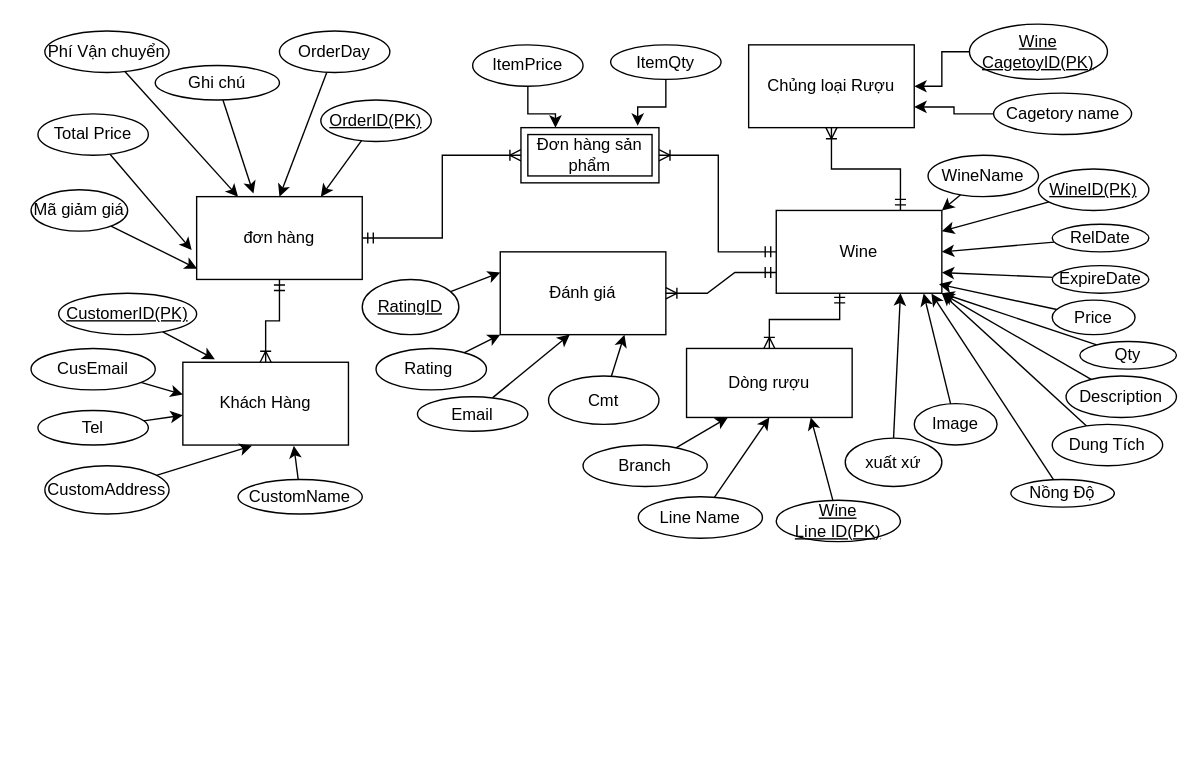
This is Untitled Diagram.drawio from NCanhhieu/T2207E-Diagram, a draw.io file, before an edit. Source tidied: cells renumbered, new cells numbered last; positions are measured from the earlier drawing's top-left corner, leaving out a move shared by most shapes. Both pictures are drawn from the tidied source at 138%, with x=0, y=0 at pixel (30, 23).
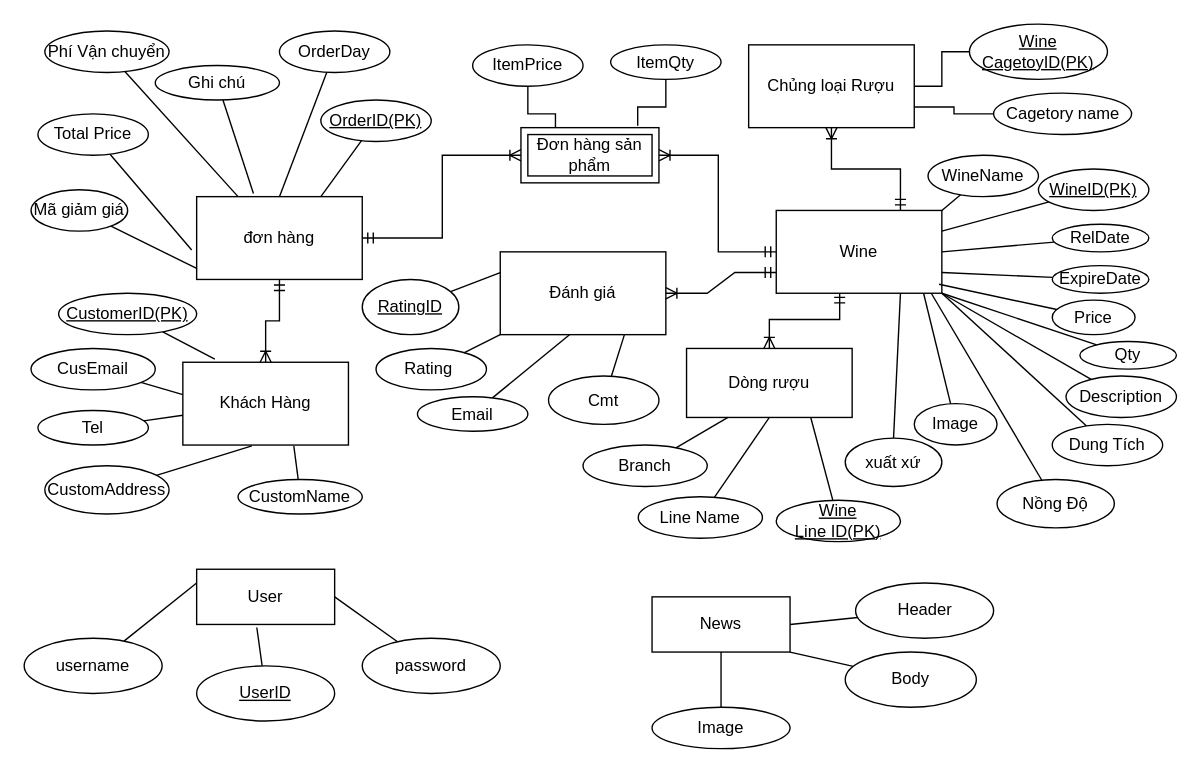
After the change.

Unchanged cells that the change refers to:
```xml
<mxCell id="7" value="đơn hàng" style="rounded=0;whiteSpace=wrap;html=1;" parent="1" vertex="1">
<mxCell id="8" value="Khách Hàng" style="rounded=0;whiteSpace=wrap;html=1;" parent="1" vertex="1">
<mxCell id="9" value="Dòng rượu" style="rounded=0;whiteSpace=wrap;html=1;" parent="1" vertex="1">
<mxCell id="10" value="Chủng loại Rượu" style="rounded=0;whiteSpace=wrap;html=1;" parent="1" vertex="1">
<mxCell id="11" value="Wine" style="rounded=0;whiteSpace=wrap;html=1;" parent="1" vertex="1">
<mxCell id="12" value="Đánh giá" style="rounded=0;whiteSpace=wrap;html=1;" parent="1" vertex="1">
<mxCell id="13" value="Đơn hàng sản phẩm" style="shape=ext;margin=3;double=1;whiteSpace=wrap;html=1;align=center;" parent="1" vertex="1">
<mxCell id="15" value="WineName" style="ellipse;whiteSpace=wrap;html=1;align=center;" parent="1" vertex="1">
<mxCell id="17" value="WineID(PK)" style="ellipse;whiteSpace=wrap;html=1;align=center;fontStyle=4;" parent="1" vertex="1">
<mxCell id="19" value="RelDate" style="ellipse;whiteSpace=wrap;html=1;align=center;" parent="1" vertex="1">
<mxCell id="21" value="ExpireDate" style="ellipse;whiteSpace=wrap;html=1;align=center;" parent="1" vertex="1">
<mxCell id="23" value="Price" style="ellipse;whiteSpace=wrap;html=1;align=center;" parent="1" vertex="1">
<mxCell id="25" value="Qty" style="ellipse;whiteSpace=wrap;html=1;align=center;" parent="1" vertex="1">
<mxCell id="27" value="ItemQty" style="ellipse;whiteSpace=wrap;html=1;align=center;" parent="1" vertex="1">
<mxCell id="29" value="Branch" style="ellipse;whiteSpace=wrap;html=1;align=center;" parent="1" vertex="1">
<mxCell id="31" value="ItemPrice" style="ellipse;whiteSpace=wrap;html=1;align=center;" parent="1" vertex="1">
<mxCell id="33" value="Description" style="ellipse;whiteSpace=wrap;html=1;align=center;" parent="1" vertex="1">
<mxCell id="35" value="CustomAddress" style="ellipse;whiteSpace=wrap;html=1;align=center;" parent="1" vertex="1">
<mxCell id="37" value="Line Name" style="ellipse;whiteSpace=wrap;html=1;align=center;" parent="1" vertex="1">
<mxCell id="39" value="Total Price" style="ellipse;whiteSpace=wrap;html=1;align=center;" parent="1" vertex="1">
<mxCell id="41" value="OrderDay" style="ellipse;whiteSpace=wrap;html=1;align=center;" parent="1" vertex="1">
<mxCell id="43" value="Wine&lt;br style=&quot;border-color: var(--border-color);&quot;&gt;Line ID(PK)" style="ellipse;whiteSpace=wrap;html=1;align=center;fontStyle=4;" parent="1" vertex="1">
<mxCell id="45" value="OrderID(PK)" style="ellipse;whiteSpace=wrap;html=1;align=center;fontStyle=4;" parent="1" vertex="1">
<mxCell id="47" value="CustomName" style="ellipse;whiteSpace=wrap;html=1;align=center;" parent="1" vertex="1">
<mxCell id="49" value="Tel" style="ellipse;whiteSpace=wrap;html=1;align=center;" parent="1" vertex="1">
<mxCell id="51" value="CustomerID(PK)" style="ellipse;whiteSpace=wrap;html=1;align=center;fontStyle=4;" parent="1" vertex="1">
<mxCell id="53" value="CusEmail" style="ellipse;whiteSpace=wrap;html=1;align=center;" parent="1" vertex="1">
<mxCell id="55" value="Cagetory name" style="ellipse;whiteSpace=wrap;html=1;align=center;" parent="1" vertex="1">
<mxCell id="57" value="Wine&lt;br style=&quot;border-color: var(--border-color);&quot;&gt;CagetoyID(PK)" style="ellipse;whiteSpace=wrap;html=1;align=center;fontStyle=4;" parent="1" vertex="1">
<mxCell id="59" value="Dung Tích" style="ellipse;whiteSpace=wrap;html=1;align=center;" parent="1" vertex="1">
<mxCell id="65" value="Rating&amp;nbsp;" style="ellipse;whiteSpace=wrap;html=1;align=center;" parent="1" vertex="1">
<mxCell id="67" value="Email" style="ellipse;whiteSpace=wrap;html=1;align=center;" parent="1" vertex="1">
<mxCell id="69" value="Cmt" style="ellipse;whiteSpace=wrap;html=1;align=center;" parent="1" vertex="1">
<mxCell id="71" value="RatingID" style="ellipse;whiteSpace=wrap;html=1;align=center;fontStyle=4;" parent="1" vertex="1">
<mxCell id="74" value="xuất xứ" style="ellipse;whiteSpace=wrap;html=1;align=center;" parent="1" vertex="1">
<mxCell id="76" value="Mã giảm giá" style="ellipse;whiteSpace=wrap;html=1;align=center;" parent="1" vertex="1">
<mxCell id="78" value="Phí Vận chuyển" style="ellipse;whiteSpace=wrap;html=1;align=center;" parent="1" vertex="1">
<mxCell id="80" value="Ghi chú" style="ellipse;whiteSpace=wrap;html=1;align=center;" parent="1" vertex="1">
<mxCell id="83" value="Image" style="ellipse;whiteSpace=wrap;html=1;align=center;" parent="1" vertex="1">
```

What changed in the source:
```diff
@@
-    <mxCell id="14" style="rounded=0;jettySize=auto;html=1;entryX=1;entryY=0;entryDx=0;entryDy=0;" parent="1" edge="1" source="15" target="11">
+    <mxCell id="14" style="rounded=0;jettySize=auto;html=1;entryX=1;entryY=0;entryDx=0;entryDy=0;endArrow=none;endFill=0;" parent="1" edge="1" source="15" target="11">
       <mxGeometry relative="1" as="geometry" />
     </mxCell>
@@
-    <mxCell id="16" style="rounded=0;jettySize=auto;html=1;entryX=1;entryY=0.25;entryDx=0;entryDy=0;" parent="1" edge="1" source="17" target="11">
+    <mxCell id="16" style="rounded=0;jettySize=auto;html=1;entryX=1;entryY=0.25;entryDx=0;entryDy=0;endArrow=none;endFill=0;" parent="1" edge="1" source="17" target="11">
       <mxGeometry relative="1" as="geometry" />
     </mxCell>
@@
-    <mxCell id="18" style="rounded=0;jettySize=auto;html=1;entryX=1;entryY=0.5;entryDx=0;entryDy=0;" parent="1" edge="1" source="19" target="11">
+    <mxCell id="18" style="rounded=0;jettySize=auto;html=1;entryX=1;entryY=0.5;entryDx=0;entryDy=0;endArrow=none;endFill=0;" parent="1" edge="1" source="19" target="11">
       <mxGeometry relative="1" as="geometry" />
     </mxCell>
@@
-    <mxCell id="20" style="rounded=0;jettySize=auto;html=1;entryX=1;entryY=0.75;entryDx=0;entryDy=0;" parent="1" edge="1" source="21" target="11">
+    <mxCell id="20" style="rounded=0;jettySize=auto;html=1;entryX=1;entryY=0.75;entryDx=0;entryDy=0;endArrow=none;endFill=0;" parent="1" edge="1" source="21" target="11">
       <mxGeometry relative="1" as="geometry" />
     </mxCell>
@@
-    <mxCell id="22" style="rounded=0;jettySize=auto;html=1;entryX=0.983;entryY=0.891;entryDx=0;entryDy=0;entryPerimeter=0;" parent="1" edge="1" source="23" target="11">
+    <mxCell id="22" style="rounded=0;jettySize=auto;html=1;entryX=0.983;entryY=0.891;entryDx=0;entryDy=0;entryPerimeter=0;endArrow=none;endFill=0;" parent="1" edge="1" source="23" target="11">
       <mxGeometry relative="1" as="geometry" />
     </mxCell>
@@
-    <mxCell id="24" style="rounded=0;jettySize=auto;html=1;entryX=1;entryY=1;entryDx=0;entryDy=0;" parent="1" edge="1" source="25" target="11">
+    <mxCell id="24" style="rounded=0;jettySize=auto;html=1;entryX=1;entryY=1;entryDx=0;entryDy=0;endArrow=none;endFill=0;" parent="1" edge="1" source="25" target="11">
       <mxGeometry relative="1" as="geometry" />
     </mxCell>
@@
-    <mxCell id="26" style="edgeStyle=orthogonalEdgeStyle;rounded=0;jettySize=auto;html=1;entryX=0.846;entryY=-0.033;entryDx=0;entryDy=0;entryPerimeter=0;" parent="1" edge="1" source="27" target="13">
+    <mxCell id="26" style="edgeStyle=orthogonalEdgeStyle;rounded=0;jettySize=auto;html=1;entryX=0.846;entryY=-0.033;entryDx=0;entryDy=0;entryPerimeter=0;endArrow=none;endFill=0;" parent="1" edge="1" source="27" target="13">
       <mxGeometry relative="1" as="geometry" />
     </mxCell>
@@
-    <mxCell id="28" style="rounded=0;jettySize=auto;html=1;entryX=0.25;entryY=1;entryDx=0;entryDy=0;" parent="1" edge="1" source="29" target="9">
+    <mxCell id="28" style="rounded=0;jettySize=auto;html=1;entryX=0.25;entryY=1;entryDx=0;entryDy=0;endArrow=none;endFill=0;" parent="1" edge="1" source="29" target="9">
       <mxGeometry relative="1" as="geometry" />
     </mxCell>
@@
-    <mxCell id="30" style="edgeStyle=orthogonalEdgeStyle;rounded=0;jettySize=auto;html=1;entryX=0.25;entryY=0;entryDx=0;entryDy=0;" parent="1" edge="1" source="31" target="13">
+    <mxCell id="30" style="edgeStyle=orthogonalEdgeStyle;rounded=0;jettySize=auto;html=1;entryX=0.25;entryY=0;entryDx=0;entryDy=0;endArrow=none;endFill=0;" parent="1" edge="1" source="31" target="13">
       <mxGeometry relative="1" as="geometry" />
     </mxCell>
@@
-    <mxCell id="32" style="rounded=0;jettySize=auto;html=1;entryX=1;entryY=1;entryDx=0;entryDy=0;" parent="1" edge="1" source="33" target="11">
+    <mxCell id="32" style="rounded=0;jettySize=auto;html=1;entryX=1;entryY=1;entryDx=0;entryDy=0;endArrow=none;endFill=0;" parent="1" edge="1" source="33" target="11">
       <mxGeometry relative="1" as="geometry" />
     </mxCell>
@@
-    <mxCell id="34" style="rounded=0;jettySize=auto;html=1;entryX=0.417;entryY=1.009;entryDx=0;entryDy=0;entryPerimeter=0;" parent="1" edge="1" source="35" target="8">
+    <mxCell id="34" style="rounded=0;jettySize=auto;html=1;entryX=0.417;entryY=1.009;entryDx=0;entryDy=0;entryPerimeter=0;endArrow=none;endFill=0;" parent="1" edge="1" source="35" target="8">
       <mxGeometry relative="1" as="geometry" />
     </mxCell>
@@
-    <mxCell id="36" style="rounded=0;jettySize=auto;html=1;entryX=0.5;entryY=1;entryDx=0;entryDy=0;" parent="1" edge="1" source="37" target="9">
+    <mxCell id="36" style="rounded=0;jettySize=auto;html=1;entryX=0.5;entryY=1;entryDx=0;entryDy=0;endArrow=none;endFill=0;" parent="1" edge="1" source="37" target="9">
       <mxGeometry relative="1" as="geometry" />
     </mxCell>
@@
-    <mxCell id="38" style="rounded=0;jettySize=auto;html=1;entryX=-0.03;entryY=0.645;entryDx=0;entryDy=0;entryPerimeter=0;" parent="1" edge="1" source="39" target="7">
+    <mxCell id="38" style="rounded=0;jettySize=auto;html=1;entryX=-0.03;entryY=0.645;entryDx=0;entryDy=0;entryPerimeter=0;endArrow=none;endFill=0;" parent="1" edge="1" source="39" target="7">
       <mxGeometry relative="1" as="geometry" />
     </mxCell>
@@
-    <mxCell id="40" style="rounded=0;jettySize=auto;html=1;entryX=0.5;entryY=0;entryDx=0;entryDy=0;" parent="1" edge="1" source="41" target="7">
+    <mxCell id="40" style="rounded=0;jettySize=auto;html=1;entryX=0.5;entryY=0;entryDx=0;entryDy=0;endArrow=none;endFill=0;" parent="1" edge="1" source="41" target="7">
       <mxGeometry relative="1" as="geometry" />
     </mxCell>
@@
-    <mxCell id="42" style="rounded=0;jettySize=auto;html=1;entryX=0.75;entryY=1;entryDx=0;entryDy=0;" parent="1" edge="1" source="43" target="9">
+    <mxCell id="42" style="rounded=0;jettySize=auto;html=1;entryX=0.75;entryY=1;entryDx=0;entryDy=0;endArrow=none;endFill=0;" parent="1" edge="1" source="43" target="9">
       <mxGeometry relative="1" as="geometry" />
     </mxCell>
@@
-    <mxCell id="44" style="rounded=0;jettySize=auto;html=1;entryX=0.75;entryY=0;entryDx=0;entryDy=0;" parent="1" edge="1" source="45" target="7">
+    <mxCell id="44" style="rounded=0;jettySize=auto;html=1;entryX=0.75;entryY=0;entryDx=0;entryDy=0;endArrow=none;endFill=0;" parent="1" edge="1" source="45" target="7">
       <mxGeometry relative="1" as="geometry" />
     </mxCell>
@@
-    <mxCell id="46" style="rounded=0;jettySize=auto;html=1;entryX=0.67;entryY=1.009;entryDx=0;entryDy=0;entryPerimeter=0;" parent="1" edge="1" source="47" target="8">
+    <mxCell id="46" style="rounded=0;jettySize=auto;html=1;entryX=0.67;entryY=1.009;entryDx=0;entryDy=0;entryPerimeter=0;endArrow=none;endFill=0;" parent="1" edge="1" source="47" target="8">
       <mxGeometry relative="1" as="geometry" />
     </mxCell>
@@
-    <mxCell id="48" style="rounded=0;jettySize=auto;html=1;" parent="1" edge="1" source="49" target="8">
+    <mxCell id="48" style="rounded=0;jettySize=auto;html=1;endArrow=none;endFill=0;" parent="1" edge="1" source="49" target="8">
       <mxGeometry relative="1" as="geometry" />
     </mxCell>
@@
-    <mxCell id="50" style="rounded=0;jettySize=auto;html=1;entryX=0.193;entryY=-0.037;entryDx=0;entryDy=0;entryPerimeter=0;elbow=vertical;" parent="1" edge="1" source="51" target="8">
+    <mxCell id="50" style="rounded=0;jettySize=auto;html=1;entryX=0.193;entryY=-0.037;entryDx=0;entryDy=0;entryPerimeter=0;elbow=vertical;endArrow=none;endFill=0;" parent="1" edge="1" source="51" target="8">
       <mxGeometry relative="1" as="geometry" />
     </mxCell>
@@
-    <mxCell id="52" style="rounded=0;jettySize=auto;html=1;entryX=0;entryY=0.39;entryDx=0;entryDy=0;entryPerimeter=0;" parent="1" edge="1" source="53" target="8">
+    <mxCell id="52" style="rounded=0;jettySize=auto;html=1;entryX=0;entryY=0.39;entryDx=0;entryDy=0;entryPerimeter=0;endArrow=none;endFill=0;" parent="1" edge="1" source="53" target="8">
       <mxGeometry relative="1" as="geometry" />
     </mxCell>
@@
-    <mxCell id="54" style="edgeStyle=orthogonalEdgeStyle;rounded=0;jettySize=auto;html=1;entryX=1;entryY=0.75;entryDx=0;entryDy=0;" parent="1" edge="1" source="55" target="10">
+    <mxCell id="54" style="edgeStyle=orthogonalEdgeStyle;rounded=0;jettySize=auto;html=1;entryX=1;entryY=0.75;entryDx=0;entryDy=0;endArrow=none;endFill=0;" parent="1" edge="1" source="55" target="10">
       <mxGeometry relative="1" as="geometry" />
     </mxCell>
@@
-    <mxCell id="56" style="edgeStyle=orthogonalEdgeStyle;rounded=0;jettySize=auto;html=1;entryX=1;entryY=0.5;entryDx=0;entryDy=0;" parent="1" edge="1" source="57" target="10">
-      <mxGeometry relative="1" as="geometry" />
+    <mxCell id="56" style="edgeStyle=orthogonalEdgeStyle;rounded=0;jettySize=auto;html=1;entryX=1;entryY=0.5;entryDx=0;entryDy=0;endArrow=none;endFill=0;" parent="1" edge="1" source="57" target="10">
+      <mxGeometry relative="1" as="geometry">
+        <Array as="points">
+          <mxPoint x="660" y="20" />
+          <mxPoint x="660" y="45" />
+        </Array>
+      </mxGeometry>
     </mxCell>
@@
-    <mxCell id="58" style="rounded=0;jettySize=auto;html=1;entryX=1;entryY=1;entryDx=0;entryDy=0;" parent="1" edge="1" source="59" target="11">
+    <mxCell id="58" style="rounded=0;jettySize=auto;html=1;entryX=1;entryY=1;entryDx=0;entryDy=0;endArrow=none;endFill=0;" parent="1" edge="1" source="59" target="11">
       <mxGeometry relative="1" as="geometry" />
     </mxCell>
@@
-    <mxCell id="62" style="rounded=0;jettySize=auto;html=1;entryX=0.937;entryY=1.003;entryDx=0;entryDy=0;entryPerimeter=0;" parent="1" edge="1" source="63" target="11">
+    <mxCell id="62" style="rounded=0;jettySize=auto;html=1;entryX=0.937;entryY=1.003;entryDx=0;entryDy=0;entryPerimeter=0;endArrow=none;endFill=0;" parent="1" edge="1" source="63" target="11">
       <mxGeometry relative="1" as="geometry" />
     </mxCell>
     <mxCell id="63" value="Nồng Độ" style="ellipse;whiteSpace=wrap;html=1;align=center;" parent="1" vertex="1">
-      <mxGeometry x="710" y="330" width="75" height="20" as="geometry" />
+      <mxGeometry x="700" y="330" width="85" height="35" as="geometry" />
     </mxCell>
-    <mxCell id="64" style="rounded=0;jettySize=auto;html=1;entryX=0;entryY=1;entryDx=0;entryDy=0;" parent="1" edge="1" source="65" target="12">
+    <mxCell id="64" style="rounded=0;jettySize=auto;html=1;entryX=0;entryY=1;entryDx=0;entryDy=0;endArrow=none;endFill=0;" parent="1" edge="1" source="65" target="12">
       <mxGeometry relative="1" as="geometry" />
     </mxCell>
@@
-    <mxCell id="66" style="rounded=0;jettySize=auto;html=1;entryX=0.42;entryY=0.998;entryDx=0;entryDy=0;entryPerimeter=0;" parent="1" edge="1" source="67" target="12">
+    <mxCell id="66" style="rounded=0;jettySize=auto;html=1;entryX=0.42;entryY=0.998;entryDx=0;entryDy=0;entryPerimeter=0;endArrow=none;endFill=0;" parent="1" edge="1" source="67" target="12">
       <mxGeometry relative="1" as="geometry" />
     </mxCell>
@@
-    <mxCell id="68" style="rounded=0;jettySize=auto;html=1;entryX=0.75;entryY=1;entryDx=0;entryDy=0;" parent="1" edge="1" source="69" target="12">
+    <mxCell id="68" style="rounded=0;jettySize=auto;html=1;entryX=0.75;entryY=1;entryDx=0;entryDy=0;endArrow=none;endFill=0;" parent="1" edge="1" source="69" target="12">
       <mxGeometry relative="1" as="geometry" />
     </mxCell>
@@
-    <mxCell id="70" style="rounded=0;jettySize=auto;html=1;entryX=0;entryY=0.25;entryDx=0;entryDy=0;" parent="1" edge="1" source="71" target="12">
+    <mxCell id="70" style="rounded=0;jettySize=auto;html=1;entryX=0;entryY=0.25;entryDx=0;entryDy=0;endArrow=none;endFill=0;" parent="1" edge="1" source="71" target="12">
       <mxGeometry relative="1" as="geometry" />
     </mxCell>
@@
-    <mxCell id="73" style="rounded=0;jettySize=auto;html=1;exitX=0.5;exitY=0;exitDx=0;exitDy=0;entryX=0.75;entryY=1;entryDx=0;entryDy=0;" parent="1" edge="1" source="74" target="11">
+    <mxCell id="73" style="rounded=0;jettySize=auto;html=1;exitX=0.5;exitY=0;exitDx=0;exitDy=0;entryX=0.75;entryY=1;entryDx=0;entryDy=0;endArrow=none;endFill=0;" parent="1" edge="1" source="74" target="11">
       <mxGeometry relative="1" as="geometry" />
     </mxCell>
@@
-    <mxCell id="75" style="rounded=0;jettySize=auto;html=1;entryX=0.003;entryY=0.87;entryDx=0;entryDy=0;entryPerimeter=0;" parent="1" edge="1" source="76" target="7">
+    <mxCell id="75" style="rounded=0;jettySize=auto;html=1;entryX=0.003;entryY=0.87;entryDx=0;entryDy=0;entryPerimeter=0;endArrow=none;endFill=0;" parent="1" edge="1" source="76" target="7">
       <mxGeometry relative="1" as="geometry" />
     </mxCell>
@@
-    <mxCell id="77" style="rounded=0;jettySize=auto;html=1;entryX=0.25;entryY=0;entryDx=0;entryDy=0;" parent="1" edge="1" source="78" target="7">
+    <mxCell id="77" style="rounded=0;jettySize=auto;html=1;entryX=0.25;entryY=0;entryDx=0;entryDy=0;endArrow=none;endFill=0;" parent="1" edge="1" source="78" target="7">
       <mxGeometry relative="1" as="geometry" />
     </mxCell>
@@
-    <mxCell id="79" style="rounded=0;jettySize=auto;html=1;entryX=0.343;entryY=-0.037;entryDx=0;entryDy=0;entryPerimeter=0;" parent="1" edge="1" source="80" target="7">
+    <mxCell id="79" style="rounded=0;jettySize=auto;html=1;entryX=0.343;entryY=-0.037;entryDx=0;entryDy=0;entryPerimeter=0;endArrow=none;endFill=0;" parent="1" edge="1" source="80" target="7">
       <mxGeometry relative="1" as="geometry" />
     </mxCell>
@@
-    <mxCell id="82" style="rounded=0;jettySize=auto;html=1;entryX=0.89;entryY=1.003;entryDx=0;entryDy=0;entryPerimeter=0;" parent="1" edge="1" source="83" target="11">
+    <mxCell id="82" style="rounded=0;jettySize=auto;html=1;entryX=0.89;entryY=1.003;entryDx=0;entryDy=0;entryPerimeter=0;endArrow=none;endFill=0;" parent="1" edge="1" source="83" target="11">
       <mxGeometry relative="1" as="geometry" />
     </mxCell>
@@
+    <mxCell id="85" value="User" style="whiteSpace=wrap;html=1;align=center;" parent="1" vertex="1">
+      <mxGeometry x="120" y="395" width="100" height="40" as="geometry" />
+    </mxCell>
+    <mxCell id="86" value="News" style="whiteSpace=wrap;html=1;align=center;" parent="1" vertex="1">
+      <mxGeometry x="450" y="415" width="100" height="40" as="geometry" />
+    </mxCell>
+    <mxCell id="87" style="rounded=0;jettySize=auto;html=1;entryX=0;entryY=0.25;entryDx=0;entryDy=0;endArrow=none;endFill=0;" parent="1" edge="1" source="88" target="85">
+      <mxGeometry relative="1" as="geometry" />
+    </mxCell>
+    <mxCell id="88" value="username" style="ellipse;whiteSpace=wrap;html=1;align=center;" parent="1" vertex="1">
+      <mxGeometry x="-5" y="445" width="100" height="40" as="geometry" />
+    </mxCell>
+    <mxCell id="89" style="rounded=0;jettySize=auto;html=1;entryX=0.436;entryY=1.055;entryDx=0;entryDy=0;entryPerimeter=0;endArrow=none;endFill=0;" parent="1" edge="1" source="90" target="85">
+      <mxGeometry relative="1" as="geometry" />
+    </mxCell>
+    <mxCell id="90" value="UserID" style="ellipse;whiteSpace=wrap;html=1;align=center;fontStyle=4;" parent="1" vertex="1">
+      <mxGeometry x="120" y="465" width="100" height="40" as="geometry" />
+    </mxCell>
+    <mxCell id="91" style="rounded=0;jettySize=auto;html=1;entryX=1;entryY=0.5;entryDx=0;entryDy=0;endArrow=none;endFill=0;" parent="1" edge="1" source="92" target="85">
+      <mxGeometry relative="1" as="geometry" />
+    </mxCell>
+    <mxCell id="92" value="password" style="ellipse;whiteSpace=wrap;html=1;align=center;" parent="1" vertex="1">
+      <mxGeometry x="240" y="445" width="100" height="40" as="geometry" />
+    </mxCell>
+    <mxCell id="93" style="rounded=0;jettySize=auto;html=1;entryX=1;entryY=0.5;entryDx=0;entryDy=0;endArrow=none;endFill=0;" parent="1" edge="1" source="94" target="86">
+      <mxGeometry relative="1" as="geometry" />
+    </mxCell>
+    <mxCell id="94" value="Header" style="ellipse;whiteSpace=wrap;html=1;align=center;" parent="1" vertex="1">
+      <mxGeometry x="597.5" y="405" width="100" height="40" as="geometry" />
+    </mxCell>
+    <mxCell id="95" style="rounded=0;jettySize=auto;html=1;entryX=1;entryY=1;entryDx=0;entryDy=0;endArrow=none;endFill=0;" parent="1" edge="1" source="96" target="86">
+      <mxGeometry relative="1" as="geometry" />
+    </mxCell>
+    <mxCell id="96" value="Body" style="ellipse;whiteSpace=wrap;html=1;align=center;" parent="1" vertex="1">
+      <mxGeometry x="590" y="455" width="95" height="40" as="geometry" />
+    </mxCell>
+    <mxCell id="97" style="rounded=0;jettySize=auto;html=1;entryX=0.5;entryY=1;entryDx=0;entryDy=0;endArrow=none;endFill=0;" parent="1" edge="1" source="98" target="86">
+      <mxGeometry relative="1" as="geometry" />
+    </mxCell>
+    <mxCell id="98" value="Image" style="ellipse;whiteSpace=wrap;html=1;align=center;" parent="1" vertex="1">
+      <mxGeometry x="450" y="495" width="100" height="30" as="geometry" />
+    </mxCell>
```
